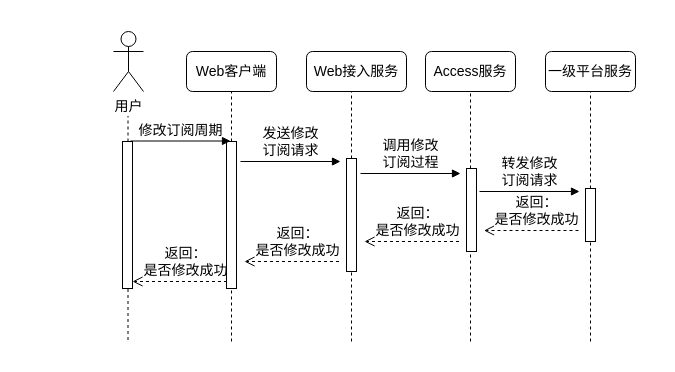
Before: IOTManage/sequence-modifyCycle.drawio in waterwatermelon/graph, a draw.io diagram. Source tidied: cells renumbered, new cells numbered last; positions are measured from the earlier drawing's top-left corner, leaving out a move shared by most shapes. Both pictures are drawn from the tidied source at 100%, with x=0, y=0 at pixel (113, 31).
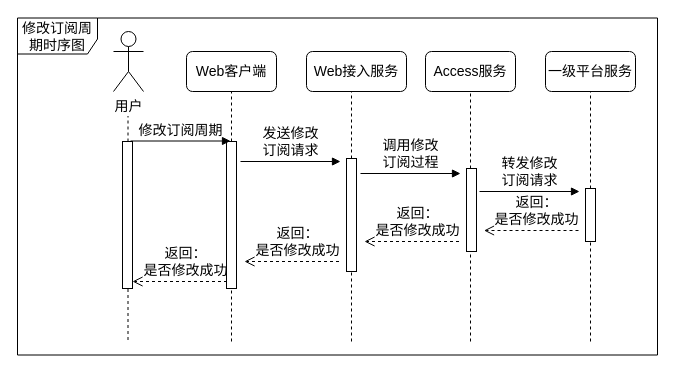
The same diagram, later.

The edit, as a diff of the source:
```diff
@@
+    <mxCell id="30" value="&lt;font style=&quot;font-size: 14px&quot;&gt;修改订阅周期时序图&lt;/font&gt;" style="shape=umlFrame;whiteSpace=wrap;html=1;width=80;height=36;" parent="1" vertex="1">
+      <mxGeometry x="-96" y="-13.5" width="640" height="337" as="geometry" />
+    </mxCell>
```
